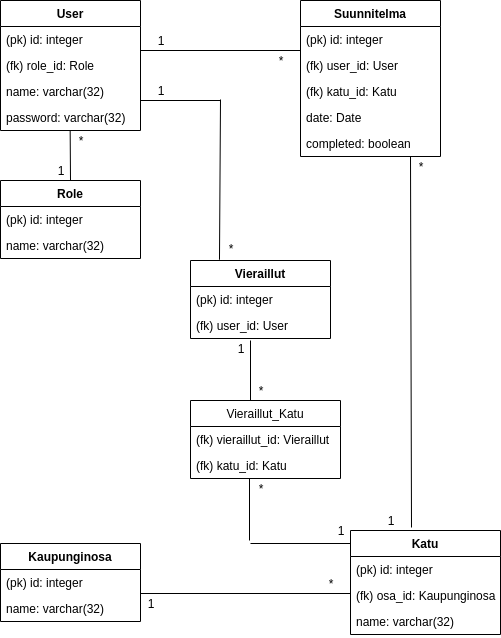
Before: dokumentaatio/kadunkulkija.png, a diagram exported from draw.io (noorary/kadunkulkija). Source tidied: cells renumbered, new cells last; positions are measured from the earlier drawing's top-left corner, leaving out a move shared by most shapes.
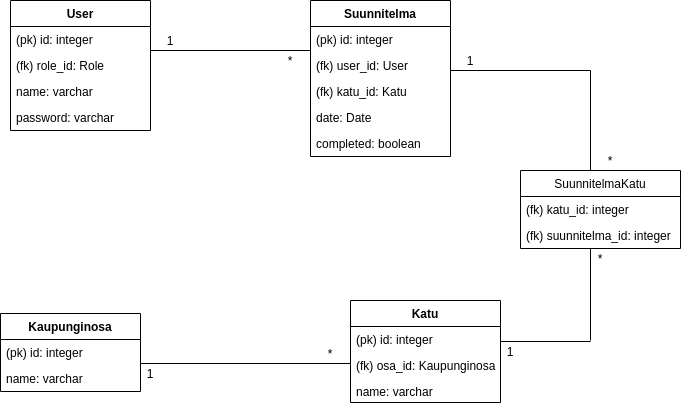
The same file after the commit.

Commit message:
tietokantakaavio päivitetty

What changed in the source:
```diff
@@ -11,14 +11,14 @@
     <mxCell id="4" value="(fk) role_id: Role" style="text;strokeColor=none;fillColor=none;align=left;verticalAlign=top;spacingLeft=4;spacingRight=4;overflow=hidden;" parent="2" vertex="1">
       <mxGeometry y="52" width="140" height="26" as="geometry" />
     </mxCell>
-    <mxCell id="5" value="name: varchar(32)" style="text;strokeColor=none;fillColor=none;align=left;verticalAlign=top;spacingLeft=4;spacingRight=4;overflow=hidden;" parent="2" vertex="1">
+    <mxCell id="5" value="name: varchar" style="text;strokeColor=none;fillColor=none;align=left;verticalAlign=top;spacingLeft=4;spacingRight=4;overflow=hidden;" parent="2" vertex="1">
       <mxGeometry y="78" width="140" height="26" as="geometry" />
     </mxCell>
-    <mxCell id="6" value="password: varchar(32)" style="text;strokeColor=none;fillColor=none;align=left;verticalAlign=top;spacingLeft=4;spacingRight=4;overflow=hidden;" parent="2" vertex="1">
+    <mxCell id="6" value="password: varchar" style="text;strokeColor=none;fillColor=none;align=left;verticalAlign=top;spacingLeft=4;spacingRight=4;overflow=hidden;" parent="2" vertex="1">
       <mxGeometry y="104" width="140" height="26" as="geometry" />
     </mxCell>
     <mxCell id="7" value="Katu" style="swimlane;fontStyle=1;horizontal=1;startSize=26;fillColor=none;" parent="1" vertex="1">
-      <mxGeometry x="350" y="530" width="150" height="104" as="geometry" />
+      <mxGeometry x="340" y="300" width="150" height="102" as="geometry" />
     </mxCell>
     <mxCell id="8" value="(pk) id: integer" style="text;strokeColor=none;fillColor=none;align=left;verticalAlign=top;spacingLeft=4;spacingRight=4;overflow=hidden;" parent="7" vertex="1">
       <mxGeometry y="26" width="150" height="26" as="geometry" />
@@ -26,53 +26,29 @@
     <mxCell id="9" value="(fk) osa_id: Kaupunginosa" style="text;strokeColor=none;fillColor=none;align=left;verticalAlign=top;spacingLeft=4;spacingRight=4;overflow=hidden;" parent="7" vertex="1">
       <mxGeometry y="52" width="150" height="26" as="geometry" />
     </mxCell>
-    <mxCell id="10" value="name: varchar(32)&#10;" style="text;strokeColor=none;fillColor=none;align=left;verticalAlign=top;spacingLeft=4;spacingRight=4;overflow=hidden;" parent="7" vertex="1">
-      <mxGeometry y="78" width="150" height="26" as="geometry" />
+    <mxCell id="10" value="name: varchar" style="text;strokeColor=none;fillColor=none;align=left;verticalAlign=top;spacingLeft=4;spacingRight=4;overflow=hidden;" parent="7" vertex="1">
+      <mxGeometry y="78" width="150" height="24" as="geometry" />
     </mxCell>
     <mxCell id="11" value="Kaupunginosa" style="swimlane;fontStyle=1;horizontal=1;startSize=26;fillColor=none;" parent="1" vertex="1">
-      <mxGeometry y="543" width="140" height="78" as="geometry" />
+      <mxGeometry x="-10" y="313" width="140" height="78" as="geometry" />
     </mxCell>
     <mxCell id="12" value="(pk) id: integer" style="text;strokeColor=none;fillColor=none;align=left;verticalAlign=top;spacingLeft=4;spacingRight=4;overflow=hidden;" parent="11" vertex="1">
       <mxGeometry y="26" width="140" height="26" as="geometry" />
     </mxCell>
-    <mxCell id="13" value="name: varchar(32)" style="text;strokeColor=none;fillColor=none;align=left;verticalAlign=top;spacingLeft=4;spacingRight=4;overflow=hidden;" parent="11" vertex="1">
+    <mxCell id="13" value="name: varchar" style="text;strokeColor=none;fillColor=none;align=left;verticalAlign=top;spacingLeft=4;spacingRight=4;overflow=hidden;" parent="11" vertex="1">
       <mxGeometry y="52" width="140" height="26" as="geometry" />
     </mxCell>
     <mxCell id="14" style="endArrow=none;html=1;entryX=1;entryY=1;entryDx=0;entryDy=0;" parent="1" edge="1" target="16">
       <mxGeometry relative="1" as="geometry">
-        <mxPoint x="140" y="593" as="sourcePoint" />
+        <mxPoint x="130" y="363" as="sourcePoint" />
       </mxGeometry>
     </mxCell>
     <mxCell id="15" value="1" style="text;html=1;strokeColor=none;fillColor=none;align=center;verticalAlign=middle;whiteSpace=wrap;rounded=0;" parent="1" vertex="1">
-      <mxGeometry x="130" y="593" width="40" height="20" as="geometry" />
+      <mxGeometry x="120" y="363" width="40" height="20" as="geometry" />
     </mxCell>
     <mxCell id="16" value="*" style="text;html=1;strokeColor=none;fillColor=none;align=center;verticalAlign=middle;whiteSpace=wrap;rounded=0;" parent="1" vertex="1">
-      <mxGeometry x="310" y="573" width="40" height="20" as="geometry" />
+      <mxGeometry x="300" y="343" width="40" height="20" as="geometry" />
     </mxCell>
-    <mxCell id="17" value="Vieraillut" style="swimlane;fontStyle=1;horizontal=1;startSize=26;fillColor=none;" parent="1" vertex="1">
-      <mxGeometry x="190" y="260" width="140" height="78" as="geometry" />
-    </mxCell>
-    <mxCell id="18" value="(pk) id: integer" style="text;strokeColor=none;fillColor=none;align=left;verticalAlign=top;spacingLeft=4;spacingRight=4;overflow=hidden;" parent="17" vertex="1">
-      <mxGeometry y="26" width="140" height="26" as="geometry" />
-    </mxCell>
-    <mxCell id="19" value="(fk) user_id: User" style="text;strokeColor=none;fillColor=none;align=left;verticalAlign=top;spacingLeft=4;spacingRight=4;overflow=hidden;" parent="17" vertex="1">
-      <mxGeometry y="52" width="140" height="26" as="geometry" />
-    </mxCell>
-    <mxCell id="20" value="Role" style="swimlane;fontStyle=1;horizontal=1;startSize=26;fillColor=none;" parent="1" vertex="1">
-      <mxGeometry y="180" width="140" height="78" as="geometry" />
-    </mxCell>
-    <mxCell id="21" value="(pk) id: integer" style="text;strokeColor=none;fillColor=none;align=left;verticalAlign=top;spacingLeft=4;spacingRight=4;overflow=hidden;" parent="20" vertex="1">
-      <mxGeometry y="26" width="140" height="26" as="geometry" />
-    </mxCell>
-    <mxCell id="22" value="name: varchar(32)" style="text;strokeColor=none;fillColor=none;align=left;verticalAlign=top;spacingLeft=4;spacingRight=4;overflow=hidden;" parent="20" vertex="1">
-      <mxGeometry y="52" width="140" height="26" as="geometry" />
-    </mxCell>
-    <mxCell id="23" style="endArrow=none;html=1;" parent="1" edge="1">
-      <mxGeometry relative="1" as="geometry">
-        <mxPoint x="70" y="180" as="sourcePoint" />
-        <mxPoint x="69.7" y="130" as="targetPoint" />
-      </mxGeometry>
-    </mxCell>
     <mxCell id="24" value="Suunnitelma" style="swimlane;fontStyle=1;horizontal=1;startSize=26;fillColor=none;" parent="1" vertex="1">
       <mxGeometry x="300" width="140" height="156" as="geometry" />
     </mxCell>
@@ -91,12 +67,6 @@
     <mxCell id="29" value="completed: boolean" style="text;strokeColor=none;fillColor=none;align=left;verticalAlign=top;spacingLeft=4;spacingRight=4;overflow=hidden;" parent="24" vertex="1">
       <mxGeometry y="130" width="140" height="26" as="geometry" />
     </mxCell>
-    <mxCell id="30" value="1" style="text;html=1;strokeColor=none;fillColor=none;align=center;verticalAlign=middle;whiteSpace=wrap;rounded=0;" parent="1" vertex="1">
-      <mxGeometry x="40" y="160" width="40" height="20" as="geometry" />
-    </mxCell>
-    <mxCell id="31" value="*" style="text;html=1;strokeColor=none;fillColor=none;align=center;verticalAlign=middle;whiteSpace=wrap;rounded=0;" parent="1" vertex="1">
-      <mxGeometry x="10" y="130" width="140" height="20" as="geometry" />
-    </mxCell>
     <mxCell id="32" style="endArrow=none;html=1;" parent="1" edge="1">
       <mxGeometry relative="1" as="geometry">
         <mxPoint x="140" y="50" as="sourcePoint" />
@@ -109,73 +79,50 @@
     <mxCell id="34" value="*" style="text;html=1;strokeColor=none;fillColor=none;align=center;verticalAlign=middle;whiteSpace=wrap;rounded=0;" parent="1" vertex="1">
       <mxGeometry x="260" y="50" width="40" height="20" as="geometry" />
     </mxCell>
-    <mxCell id="35" style="endArrow=none;html=1;" parent="1" edge="1">
-      <mxGeometry relative="1" as="geometry">
-        <mxPoint x="410" y="156" as="sourcePoint" />
-        <mxPoint x="411" y="527" as="targetPoint" />
-      </mxGeometry>
-    </mxCell>
-    <mxCell id="36" value="*" style="text;html=1;strokeColor=none;fillColor=none;align=center;verticalAlign=middle;whiteSpace=wrap;rounded=0;" parent="1" vertex="1">
-      <mxGeometry x="400" y="156" width="40" height="20" as="geometry" />
-    </mxCell>
-    <mxCell id="37" value="1" style="text;html=1;strokeColor=none;fillColor=none;align=center;verticalAlign=middle;whiteSpace=wrap;rounded=0;" parent="1" vertex="1">
-      <mxGeometry x="370" y="510" width="40" height="20" as="geometry" />
-    </mxCell>
-    <mxCell id="38" style="endArrow=none;html=1;" parent="1" edge="1">
-      <mxGeometry relative="1" as="geometry">
-        <mxPoint x="140" y="100" as="sourcePoint" />
-        <mxPoint x="220" y="100" as="targetPoint" />
-      </mxGeometry>
-    </mxCell>
-    <mxCell id="39" style="endArrow=none;html=1;entryX=0.207;entryY=-0.01;entryDx=0;entryDy=0;entryPerimeter=0;" parent="1" edge="1" target="17">
-      <mxGeometry relative="1" as="geometry">
-        <mxPoint x="220" y="99" as="sourcePoint" />
-      </mxGeometry>
-    </mxCell>
-    <mxCell id="40" value="1" style="text;html=1;strokeColor=none;fillColor=none;align=center;verticalAlign=middle;whiteSpace=wrap;rounded=0;" parent="1" vertex="1">
-      <mxGeometry x="140" y="80" width="40" height="20" as="geometry" />
-    </mxCell>
-    <mxCell id="41" value="*" style="text;html=1;strokeColor=none;fillColor=none;align=center;verticalAlign=middle;whiteSpace=wrap;rounded=0;" parent="1" vertex="1">
-      <mxGeometry x="210" y="238" width="40" height="20" as="geometry" />
-    </mxCell>
-    <mxCell id="42" value="Vieraillut_Katu" style="swimlane;fontStyle=0;horizontal=1;startSize=26;fillColor=none;" parent="1" vertex="1">
-      <mxGeometry x="190" y="400" width="150" height="78" as="geometry" />
-    </mxCell>
-    <mxCell id="43" value="(fk) vieraillut_id: Vieraillut" style="text;strokeColor=none;fillColor=none;align=left;verticalAlign=top;spacingLeft=4;spacingRight=4;overflow=hidden;" parent="42" vertex="1">
-      <mxGeometry y="26" width="150" height="26" as="geometry" />
-    </mxCell>
-    <mxCell id="44" value="(fk) katu_id: Katu" style="text;strokeColor=none;fillColor=none;align=left;verticalAlign=top;spacingLeft=4;spacingRight=4;overflow=hidden;" parent="42" vertex="1">
-      <mxGeometry y="52" width="150" height="26" as="geometry" />
-    </mxCell>
-    <mxCell id="45" style="endArrow=none;html=1;" parent="1" edge="1">
-      <mxGeometry relative="1" as="geometry">
-        <mxPoint x="250" y="400" as="sourcePoint" />
-        <mxPoint x="250" y="340" as="targetPoint" />
-      </mxGeometry>
-    </mxCell>
-    <mxCell id="46" style="endArrow=none;html=1;" parent="1" edge="1">
-      <mxGeometry relative="1" as="geometry">
-        <mxPoint x="250" y="543" as="sourcePoint" />
-        <mxPoint x="350" y="543" as="targetPoint" />
-      </mxGeometry>
-    </mxCell>
-    <mxCell id="47" style="endArrow=none;html=1;" parent="1" edge="1">
-      <mxGeometry relative="1" as="geometry">
-        <mxPoint x="249" y="540" as="sourcePoint" />
-        <mxPoint x="249" y="478" as="targetPoint" />
-      </mxGeometry>
-    </mxCell>
-    <mxCell id="48" value="1" style="text;html=1;strokeColor=none;fillColor=none;align=center;verticalAlign=middle;whiteSpace=wrap;rounded=0;" parent="1" vertex="1">
-      <mxGeometry x="220" y="338" width="40" height="20" as="geometry" />
-    </mxCell>
-    <mxCell id="49" value="*" style="text;html=1;strokeColor=none;fillColor=none;align=center;verticalAlign=middle;whiteSpace=wrap;rounded=0;" parent="1" vertex="1">
-      <mxGeometry x="240" y="380" width="40" height="20" as="geometry" />
-    </mxCell>
-    <mxCell id="50" value="1" style="text;html=1;strokeColor=none;fillColor=none;align=center;verticalAlign=middle;whiteSpace=wrap;rounded=0;" parent="1" vertex="1">
-      <mxGeometry x="320" y="520" width="40" height="20" as="geometry" />
-    </mxCell>
-    <mxCell id="51" value="*" style="text;html=1;strokeColor=none;fillColor=none;align=center;verticalAlign=middle;whiteSpace=wrap;rounded=0;" parent="1" vertex="1">
-      <mxGeometry x="240" y="478" width="40" height="20" as="geometry" />
-    </mxCell>
+    <mxCell id="52" value="SuunnitelmaKatu" style="swimlane;fontStyle=0;horizontal=1;startSize=26;fillColor=none;" parent="1" vertex="1">
+      <mxGeometry x="510" y="170" width="160" height="78" as="geometry" />
+    </mxCell>
+    <mxCell id="53" value="(fk) katu_id: integer&#10;" style="text;strokeColor=none;fillColor=none;align=left;verticalAlign=top;spacingLeft=4;spacingRight=4;overflow=hidden;" parent="52" vertex="1">
+      <mxGeometry y="26" width="160" height="26" as="geometry" />
+    </mxCell>
+    <mxCell id="54" value="(fk) suunnitelma_id: integer" style="text;strokeColor=none;fillColor=none;align=left;verticalAlign=top;spacingLeft=4;spacingRight=4;overflow=hidden;" parent="52" vertex="1">
+      <mxGeometry y="52" width="160" height="26" as="geometry" />
+    </mxCell>
+    <mxCell id="55" style="endArrow=none;html=1;" parent="1" edge="1">
+      <mxGeometry relative="1" as="geometry">
+        <mxPoint x="440" y="70" as="sourcePoint" />
+        <mxPoint x="580" y="70" as="targetPoint" />
+      </mxGeometry>
+    </mxCell>
+    <mxCell id="56" style="endArrow=none;html=1;" parent="1" edge="1">
+      <mxGeometry relative="1" as="geometry">
+        <mxPoint x="580" y="70" as="sourcePoint" />
+        <mxPoint x="580" y="170" as="targetPoint" />
+      </mxGeometry>
+    </mxCell>
+    <mxCell id="57" value="1" style="text;html=1;strokeColor=none;fillColor=none;align=center;verticalAlign=middle;whiteSpace=wrap;rounded=0;" parent="1" vertex="1">
+      <mxGeometry x="440" y="50" width="40" height="20" as="geometry" />
+    </mxCell>
+    <mxCell id="58" value="*" style="text;html=1;strokeColor=none;fillColor=none;align=center;verticalAlign=middle;whiteSpace=wrap;rounded=0;" parent="1" vertex="1">
+      <mxGeometry x="570" y="248" width="40" height="20" as="geometry" />
+    </mxCell>
+    <mxCell id="59" value="1" style="text;html=1;strokeColor=none;fillColor=none;align=center;verticalAlign=middle;whiteSpace=wrap;rounded=0;" parent="1" vertex="1">
+      <mxGeometry x="480" y="341" width="40" height="20" as="geometry" />
+    </mxCell>
+    <mxCell id="60" style="endArrow=none;html=1;" parent="1" edge="1">
+      <mxGeometry relative="1" as="geometry">
+        <mxPoint x="580" y="340" as="sourcePoint" />
+        <mxPoint x="580" y="248" as="targetPoint" />
+      </mxGeometry>
+    </mxCell>
+    <mxCell id="61" style="endArrow=none;html=1;" parent="1" edge="1">
+      <mxGeometry relative="1" as="geometry">
+        <mxPoint x="490" y="341" as="sourcePoint" />
+        <mxPoint x="580" y="341" as="targetPoint" />
+      </mxGeometry>
+    </mxCell>
+    <mxCell id="62" value="*" style="text;html=1;strokeColor=none;fillColor=none;align=center;verticalAlign=middle;whiteSpace=wrap;rounded=0;" parent="1" vertex="1">
+      <mxGeometry x="580" y="150" width="40" height="20" as="geometry" />
+    </mxCell>
   </root>
 </mxGraphModel>
```
